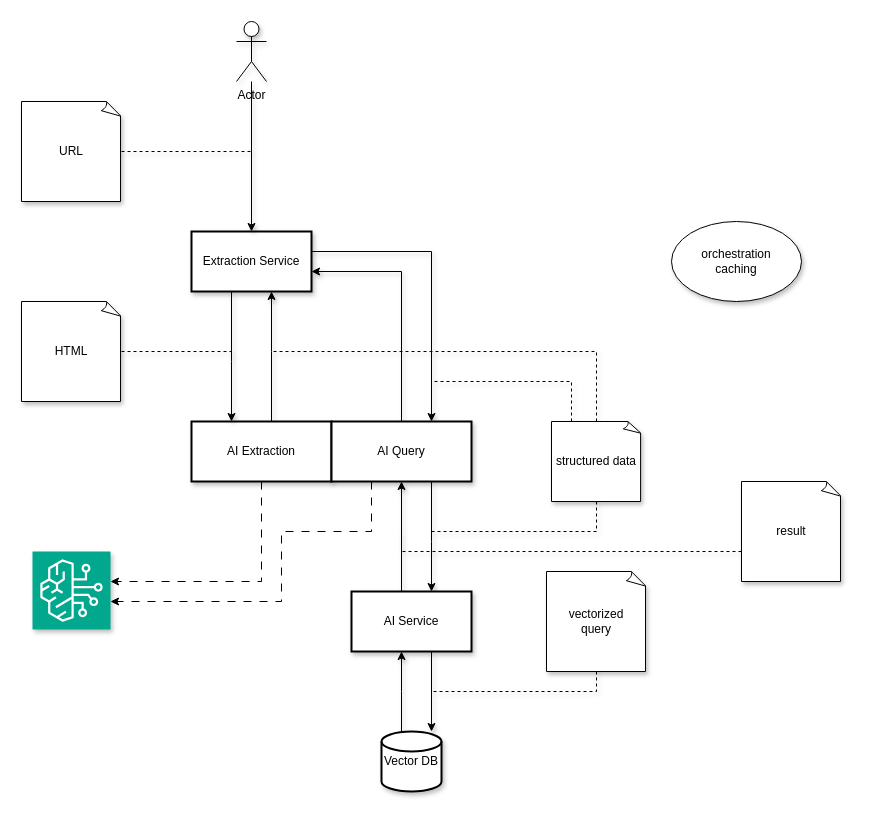
Before: architecture.drawio in tgemvz/NoTrapImport, a draw.io diagram. Source tidied: cells renumbered, new cells numbered last; positions are measured from the earlier drawing's top-left corner, leaving out a move shared by most shapes. Both pictures are drawn from the tidied source at 100%, with x=0, y=0 at pixel (21, 21).
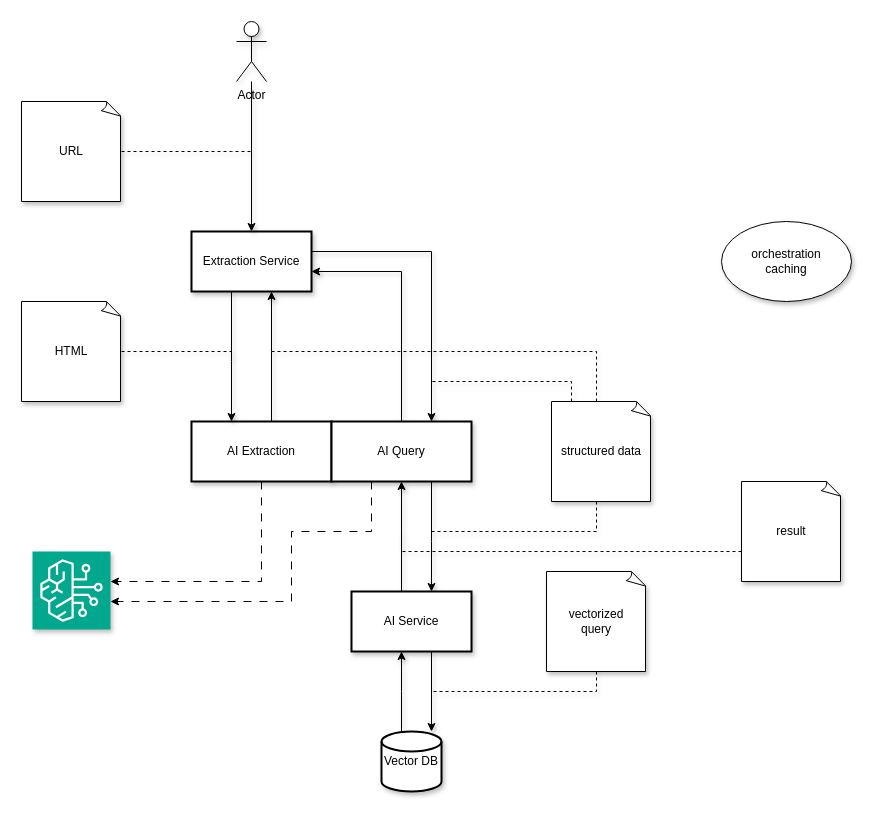
The same diagram, later.

Unchanged cells that the change refers to:
```xml
<mxCell id="22" value="AI Query" style="whiteSpace=wrap;html=1;shadow=1;strokeWidth=2;" parent="1" vertex="1">
  <mxGeometry x="310" y="400" width="140" height="60" as="geometry" />
</mxCell>
<mxCell id="32" style="sketch=0;points=[[0,0,0],[0.25,0,0],[0.5,0,0],[0.75,0,0],[1,0,0],[0,1,0],[0.25,1,0],[0.5,1,0],[0.75,1,0],[1,1,0],[0,0.25,0],[0,0.5,0],[0,0.75,0],[1,0.25,0],[1,0.5,0],[1,0.75,0]];outlineConnect=0;fontColor=#232F3E;fillColor=#01A88D;strokeColor=#ffffff;dashed=0;verticalLabelPosition=bottom;verticalAlign=top;align=center;html=1;fontSize=12;fontStyle=0;shape=mxgraph.aws4.resourceIcon;resIcon=mxgraph.aws4.bedrock;shadow=1;" parent="1" vertex="1">
  <mxGeometry x="11" y="530" width="78" height="78" as="geometry" />
</mxCell>
```

Diff of the diagram source:
```diff
@@
     <mxCell id="21" style="edgeStyle=orthogonalEdgeStyle;rounded=0;jettySize=auto;html=1;dashed=1;dashPattern=8 8;" parent="1" edge="1" source="22" target="32">
       <mxGeometry relative="1" as="geometry">
         <Array as="points">
           <mxPoint x="350" y="510" />
-          <mxPoint x="260" y="510" />
-          <mxPoint x="260" y="580" />
+          <mxPoint x="270" y="510" />
+          <mxPoint x="270" y="580" />
         </Array>
       </mxGeometry>
     </mxCell>
@@
     <mxCell id="23" value="orchestration&lt;br&gt;caching" style="ellipse;whiteSpace=wrap;html=1;shadow=1;" parent="1" vertex="1">
-      <mxGeometry x="650" y="200" width="130" height="80" as="geometry" />
+      <mxGeometry x="700" y="200" width="130" height="80" as="geometry" />
     </mxCell>
@@
-    <mxCell id="27" value="structured data" style="whiteSpace=wrap;html=1;shape=mxgraph.basic.document;shadow=1;" parent="1" vertex="1">
-      <mxGeometry x="530" y="400" width="90" height="80" as="geometry" />
+    <mxCell id="27" value="structured data" style="whiteSpace=wrap;html=1;shape=mxgraph.basic.document;shadow=1;strokeColor=default;align=center;verticalAlign=middle;fontFamily=Helvetica;fontSize=12;fontColor=default;fillColor=default;" parent="1" vertex="1">
+      <mxGeometry x="530" y="380" width="100" height="100" as="geometry" />
     </mxCell>
```
